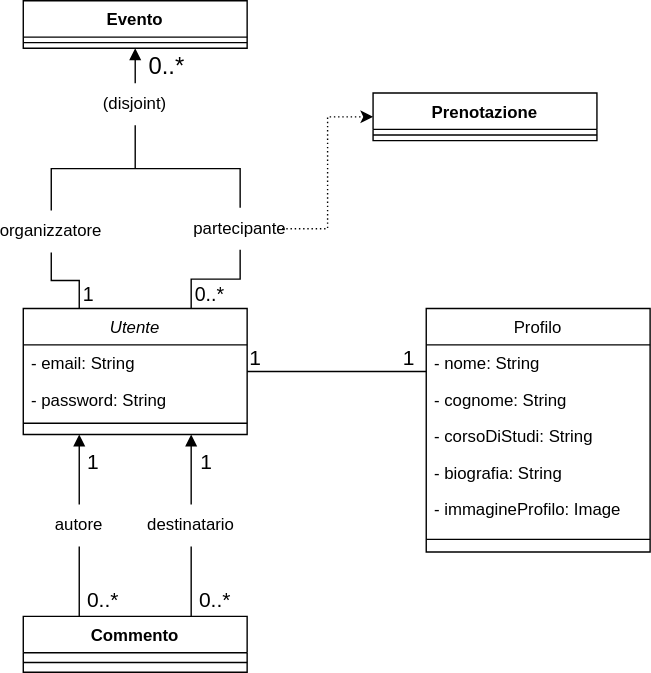
The draw.io diagram ModelliDominioDrawio/Utente.svg in federicoporpora/studyLink, before a commit. Source tidied: cells renumbered, new cells last; positions are measured from the earlier drawing's top-left corner, leaving out a move shared by most shapes.
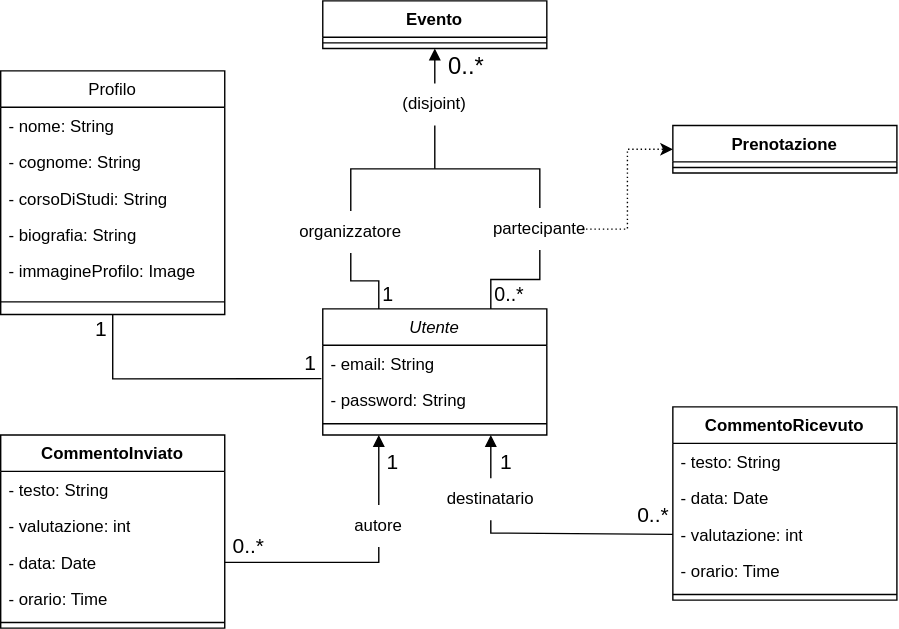
After the commit.

Commit message:
aggiornamento utente-evento

The edit, as a diff of the source:
```diff
@@ -15,7 +15,7 @@
       <mxGeometry y="78" width="160" height="8" as="geometry" />
     </mxCell>
     <mxCell id="6" value="Profilo" style="swimlane;fontStyle=0;align=center;verticalAlign=top;horizontal=1;startSize=26;rounded=0;shadow=0;strokeWidth=1;" parent="1" vertex="1">
-      <mxGeometry x="298" y="220" width="160" height="174" as="geometry" />
+      <mxGeometry x="-220" y="50" width="160" height="174" as="geometry" />
     </mxCell>
     <mxCell id="7" value="- nome: String        " style="text;align=left;verticalAlign=top;spacingLeft=4;spacingRight=4;overflow=hidden;" parent="6" vertex="1">
       <mxGeometry y="26" width="160" height="26" as="geometry" />
@@ -35,25 +35,24 @@
     <mxCell id="12" style="line;html=1;strokeWidth=1;align=left;verticalAlign=middle;spacingTop=-1;spacingLeft=3;spacingRight=3;labelPosition=right;" parent="6" vertex="1">
       <mxGeometry y="156" width="160" height="18" as="geometry" />
     </mxCell>
-    <mxCell id="13" style="endArrow=none;shadow=0;strokeWidth=1;rounded=0;curved=0;endFill=0;edgeStyle=elbowEdgeStyle;elbow=vertical;" parent="1" edge="1" source="2" target="6">
+    <mxCell id="13" style="endArrow=none;shadow=0;strokeWidth=1;rounded=0;curved=0;endFill=0;edgeStyle=elbowEdgeStyle;elbow=vertical;exitX=-0.006;exitY=-0.085;exitDx=0;exitDy=0;exitPerimeter=0;" parent="1" edge="1" source="4" target="6">
       <mxGeometry x="0.5" y="41" relative="1" as="geometry">
+        <Array as="points">
+          <mxPoint x="-140" y="270" />
+        </Array>
         <mxPoint x="-40" y="32" as="offset" />
       </mxGeometry>
     </mxCell>
     <mxCell id="14" value="1" style="align=left;verticalAlign=bottom;labelBackgroundColor=none;fontSize=15;" parent="13" vertex="1">
-      <mxGeometry x="-1" relative="1" as="geometry" />
+      <mxGeometry x="-1" relative="1" as="geometry">
+        <mxPoint x="-14" y="-2" as="offset" />
+      </mxGeometry>
     </mxCell>
     <mxCell id="15" value="1" style="align=right;verticalAlign=bottom;labelBackgroundColor=none;fontSize=15;" parent="13" vertex="1">
       <mxGeometry x="1" relative="1" as="geometry">
-        <mxPoint x="-7" as="offset" />
+        <mxPoint x="-3" y="20" as="offset" />
       </mxGeometry>
     </mxCell>
-    <mxCell id="16" value="Commento" style="swimlane;fontStyle=1;align=center;verticalAlign=top;horizontal=1;startSize=26;whiteSpace=wrap;html=1;" parent="1" vertex="1">
-      <mxGeometry x="10" y="440" width="160" height="40" as="geometry" />
-    </mxCell>
-    <mxCell id="17" style="line;strokeWidth=1;fillColor=none;align=left;verticalAlign=middle;spacingTop=-1;spacingLeft=3;spacingRight=3;labelPosition=right;strokeColor=inherit;" parent="16" vertex="1">
-      <mxGeometry y="26" width="160" height="14" as="geometry" />
-    </mxCell>
     <mxCell id="18" style="endArrow=block;endFill=1;html=1;edgeStyle=orthogonalEdgeStyle;align=left;verticalAlign=top;rounded=0;entryX=0.25;entryY=1;entryDx=0;entryDy=0;" parent="1" edge="1" source="41" target="2">
       <mxGeometry x="-1" relative="1" as="geometry" />
     </mxCell>
@@ -73,7 +72,7 @@
       <mxGeometry y="26" width="160" height="8" as="geometry" />
     </mxCell>
     <mxCell id="24" value="Prenotazione" style="swimlane;fontStyle=1;align=center;verticalAlign=top;horizontal=1;startSize=26;whiteSpace=wrap;html=1;" parent="1" vertex="1">
-      <mxGeometry x="260" y="66" width="160" height="34" as="geometry" />
+      <mxGeometry x="260" y="89" width="160" height="34" as="geometry" />
     </mxCell>
     <mxCell id="25" style="line;strokeWidth=1;fillColor=none;align=left;verticalAlign=middle;spacingTop=-1;spacingLeft=3;spacingRight=3;labelPosition=right;strokeColor=inherit;" parent="24" vertex="1">
       <mxGeometry y="26" width="160" height="8" as="geometry" />
@@ -117,18 +116,25 @@
     <mxCell id="35" value="partecipante" style="text;html=1;whiteSpace=wrap;strokeColor=none;fillColor=none;align=center;verticalAlign=middle;rounded=0;" parent="1" vertex="1">
       <mxGeometry x="135" y="148" width="60" height="30" as="geometry" />
     </mxCell>
-    <mxCell id="36" style="endArrow=none;endFill=0;html=1;edgeStyle=orthogonalEdgeStyle;align=left;verticalAlign=top;rounded=0;exitX=0.75;exitY=0;exitDx=0;exitDy=0;entryX=0.5;entryY=1;entryDx=0;entryDy=0;" parent="1" edge="1" source="16" target="38">
-      <mxGeometry x="-1" relative="1" as="geometry" />
+    <mxCell id="36" style="endArrow=none;endFill=0;html=1;edgeStyle=orthogonalEdgeStyle;align=left;verticalAlign=top;rounded=0;exitX=0;exitY=0.5;exitDx=0;exitDy=0;entryX=0.5;entryY=1;entryDx=0;entryDy=0;" parent="1" edge="1">
+      <mxGeometry x="-1" relative="1" as="geometry">
+        <mxPoint x="260" y="381" as="sourcePoint" />
+        <mxPoint x="130" y="371" as="targetPoint" />
+        <Array as="points">
+          <mxPoint x="260" y="380" />
+          <mxPoint x="130" y="380" />
+        </Array>
+      </mxGeometry>
     </mxCell>
     <mxCell id="37" value="&lt;font style=&quot;font-size: 15px;&quot;&gt;0..*&lt;/font&gt;" style="edgeLabel;html=1;align=left;verticalAlign=bottom;" parent="36" vertex="1">
       <mxGeometry x="-1" relative="1" as="geometry">
-        <mxPoint x="4" y="-1" as="offset" />
+        <mxPoint x="-27" y="-3" as="offset" />
       </mxGeometry>
     </mxCell>
     <mxCell id="38" value="destinatario" style="text;html=1;whiteSpace=wrap;strokeColor=none;fillColor=none;align=center;verticalAlign=middle;rounded=0;" parent="1" vertex="1">
-      <mxGeometry x="100" y="360" width="60" height="30" as="geometry" />
+      <mxGeometry x="100" y="341" width="60" height="30" as="geometry" />
     </mxCell>
-    <mxCell id="39" style="endArrow=none;endFill=0;html=1;edgeStyle=orthogonalEdgeStyle;align=left;verticalAlign=top;rounded=0;exitX=0.25;exitY=0;exitDx=0;exitDy=0;entryX=0.5;entryY=1;entryDx=0;entryDy=0;" parent="1" edge="1" source="16" target="41">
+    <mxCell id="39" style="endArrow=none;endFill=0;html=1;edgeStyle=orthogonalEdgeStyle;align=left;verticalAlign=top;rounded=0;exitX=1;exitY=0.5;exitDx=0;exitDy=0;entryX=0.5;entryY=1;entryDx=0;entryDy=0;" parent="1" edge="1" source="47" target="41">
       <mxGeometry x="-1" relative="1" as="geometry" />
     </mxCell>
     <mxCell id="40" value="0..*" style="edgeLabel;html=1;align=left;verticalAlign=bottom;fontSize=15;" parent="39" vertex="1">
@@ -147,5 +153,41 @@
     <mxCell id="43" value="&lt;div&gt;&lt;span style=&quot;background-color: transparent; color: light-dark(rgb(0, 0, 0), rgb(255, 255, 255));&quot;&gt;(disjoint)&lt;/span&gt;&lt;/div&gt;" style="text;html=1;whiteSpace=wrap;strokeColor=none;fillColor=none;align=center;verticalAlign=middle;rounded=0;" parent="1" vertex="1">
       <mxGeometry x="60" y="59" width="60" height="30" as="geometry" />
     </mxCell>
+    <mxCell id="44" value="CommentoInviato" style="swimlane;fontStyle=1;align=center;verticalAlign=top;horizontal=1;startSize=26;whiteSpace=wrap;html=1;" parent="1" vertex="1">
+      <mxGeometry x="-220" y="310" width="160" height="138" as="geometry" />
+    </mxCell>
+    <mxCell id="45" value="- testo: String" style="text;strokeColor=none;fillColor=none;align=left;verticalAlign=top;spacingLeft=4;spacingRight=4;overflow=hidden;whiteSpace=wrap;html=1;" parent="44" vertex="1">
+      <mxGeometry y="26" width="160" height="26" as="geometry" />
+    </mxCell>
+    <mxCell id="46" value="- valutazione: int" style="text;strokeColor=none;fillColor=none;align=left;verticalAlign=top;spacingLeft=4;spacingRight=4;overflow=hidden;whiteSpace=wrap;html=1;" parent="44" vertex="1">
+      <mxGeometry y="52" width="160" height="26" as="geometry" />
+    </mxCell>
+    <mxCell id="47" value="- data: Date" style="text;strokeColor=none;fillColor=none;align=left;verticalAlign=top;spacingLeft=4;spacingRight=4;overflow=hidden;points=[[0,0.5],[1,0.5]];portConstraint=eastwest;whiteSpace=wrap;html=1;" parent="44" vertex="1">
+      <mxGeometry y="78" width="160" height="26" as="geometry" />
+    </mxCell>
+    <mxCell id="48" value="- orario: Time" style="text;strokeColor=none;fillColor=none;align=left;verticalAlign=top;spacingLeft=4;spacingRight=4;overflow=hidden;whiteSpace=wrap;html=1;" parent="44" vertex="1">
+      <mxGeometry y="104" width="160" height="26" as="geometry" />
+    </mxCell>
+    <mxCell id="49" style="line;strokeWidth=1;fillColor=none;align=left;verticalAlign=middle;spacingTop=-1;spacingLeft=3;spacingRight=3;labelPosition=right;strokeColor=inherit;" parent="44" vertex="1">
+      <mxGeometry y="130" width="160" height="8" as="geometry" />
+    </mxCell>
+    <mxCell id="50" value="CommentoRicevuto" style="swimlane;fontStyle=1;align=center;verticalAlign=top;horizontal=1;startSize=26;whiteSpace=wrap;html=1;" parent="1" vertex="1">
+      <mxGeometry x="260" y="290" width="160" height="138" as="geometry" />
+    </mxCell>
+    <mxCell id="51" value="- testo: String" style="text;strokeColor=none;fillColor=none;align=left;verticalAlign=top;spacingLeft=4;spacingRight=4;overflow=hidden;whiteSpace=wrap;html=1;" parent="50" vertex="1">
+      <mxGeometry y="26" width="160" height="26" as="geometry" />
+    </mxCell>
+    <mxCell id="52" value="- data: Date" style="text;strokeColor=none;fillColor=none;align=left;verticalAlign=top;spacingLeft=4;spacingRight=4;overflow=hidden;whiteSpace=wrap;html=1;" parent="50" vertex="1">
+      <mxGeometry y="52" width="160" height="26" as="geometry" />
+    </mxCell>
+    <mxCell id="53" value="- valutazione: int" style="text;strokeColor=none;fillColor=none;align=left;verticalAlign=top;spacingLeft=4;spacingRight=4;overflow=hidden;whiteSpace=wrap;html=1;" parent="50" vertex="1">
+      <mxGeometry y="78" width="160" height="26" as="geometry" />
+    </mxCell>
+    <mxCell id="54" value="- orario: Time" style="text;strokeColor=none;fillColor=none;align=left;verticalAlign=top;spacingLeft=4;spacingRight=4;overflow=hidden;whiteSpace=wrap;html=1;" parent="50" vertex="1">
+      <mxGeometry y="104" width="160" height="26" as="geometry" />
+    </mxCell>
+    <mxCell id="55" style="line;strokeWidth=1;fillColor=none;align=left;verticalAlign=middle;spacingTop=-1;spacingLeft=3;spacingRight=3;labelPosition=right;strokeColor=inherit;" parent="50" vertex="1">
+      <mxGeometry y="130" width="160" height="8" as="geometry" />
+    </mxCell>
   </root>
 </mxGraphModel>
```
